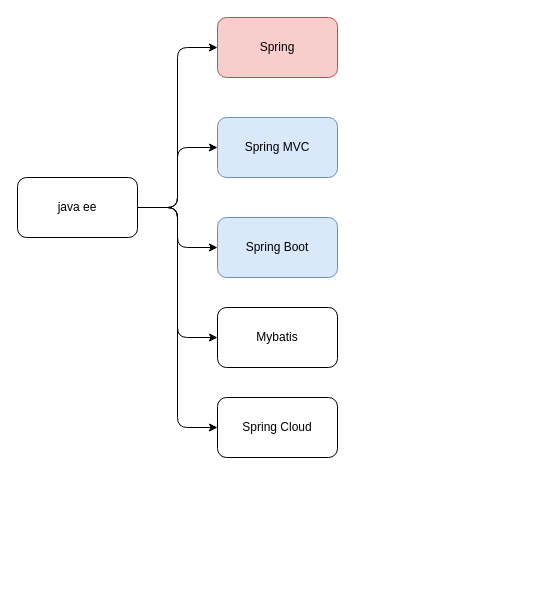
Before: digrams/interview/overview/02.javaee.drawio in Alice52/diagrams, a draw.io diagram. Source tidied: cells renumbered, new cells numbered last; positions are measured from the earlier drawing's top-left corner, leaving out a move shared by most shapes. Both pictures are drawn from the tidied source at 100%, with x=0, y=0 at pixel (17, 17).
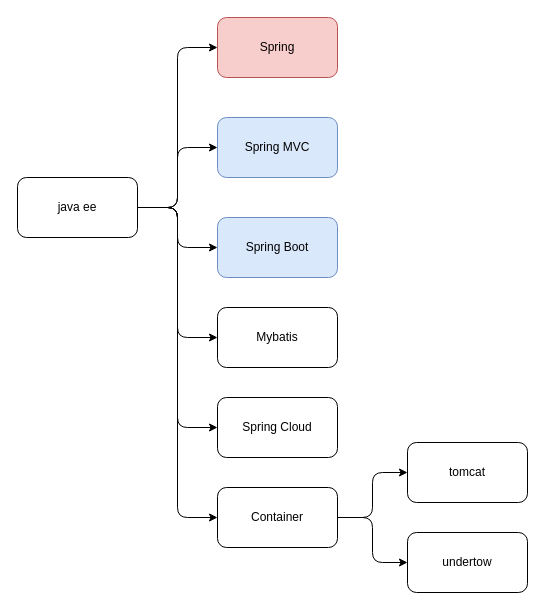
The same page after the edit.

Diff of the diagram source:
```diff
@@
 <mxGraphModel>
   <root>
     <mxCell id="0" />
     <mxCell id="1" parent="0" />
     <mxCell id="2" style="edgeStyle=orthogonalEdgeStyle;rounded=1;jettySize=auto;html=1;entryX=0;entryY=0.5;entryDx=0;entryDy=0;" parent="1" edge="1" source="7" target="8">
       <mxGeometry relative="1" as="geometry" />
     </mxCell>
     <mxCell id="3" style="edgeStyle=orthogonalEdgeStyle;rounded=1;jettySize=auto;html=1;entryX=0;entryY=0.5;entryDx=0;entryDy=0;" parent="1" edge="1" source="7" target="9">
       <mxGeometry relative="1" as="geometry" />
     </mxCell>
     <mxCell id="4" style="edgeStyle=orthogonalEdgeStyle;rounded=1;jettySize=auto;html=1;entryX=0;entryY=0.5;entryDx=0;entryDy=0;" parent="1" edge="1" source="7" target="10">
       <mxGeometry relative="1" as="geometry" />
     </mxCell>
     <mxCell id="5" style="edgeStyle=orthogonalEdgeStyle;rounded=1;jettySize=auto;html=1;entryX=0;entryY=0.5;entryDx=0;entryDy=0;" parent="1" edge="1" source="7" target="11">
       <mxGeometry relative="1" as="geometry" />
     </mxCell>
     <mxCell id="6" style="edgeStyle=orthogonalEdgeStyle;rounded=1;jettySize=auto;html=1;entryX=0;entryY=0.5;entryDx=0;entryDy=0;" parent="1" edge="1" source="7" target="12">
       <mxGeometry relative="1" as="geometry" />
     </mxCell>
+    <mxCell id="13" style="edgeStyle=orthogonalEdgeStyle;rounded=1;jettySize=auto;html=1;entryX=0;entryY=0.5;entryDx=0;entryDy=0;" parent="1" edge="1" source="7" target="16">
+      <mxGeometry relative="1" as="geometry" />
+    </mxCell>
     <mxCell id="7" value="java ee" style="rounded=1;whiteSpace=wrap;html=1;" parent="1" vertex="1">
       <mxGeometry y="160" width="120" height="60" as="geometry" />
     </mxCell>
     <mxCell id="8" value="Spring" style="rounded=1;whiteSpace=wrap;html=1;fillColor=#f8cecc;strokeColor=#b85450;" parent="1" vertex="1">
       <mxGeometry x="200" width="120" height="60" as="geometry" />
     </mxCell>
     <mxCell id="9" value="Spring MVC" style="rounded=1;whiteSpace=wrap;html=1;fillColor=#dae8fc;strokeColor=#6c8ebf;" parent="1" vertex="1">
       <mxGeometry x="200" y="100" width="120" height="60" as="geometry" />
     </mxCell>
     <mxCell id="10" value="Spring Boot" style="rounded=1;whiteSpace=wrap;html=1;fillColor=#dae8fc;strokeColor=#6c8ebf;" parent="1" vertex="1">
       <mxGeometry x="200" y="200" width="120" height="60" as="geometry" />
     </mxCell>
     <mxCell id="11" value="Mybatis" style="rounded=1;whiteSpace=wrap;html=1;" parent="1" vertex="1">
       <mxGeometry x="200" y="290" width="120" height="60" as="geometry" />
     </mxCell>
     <mxCell id="12" value="Spring Cloud" style="rounded=1;whiteSpace=wrap;html=1;" parent="1" vertex="1">
       <mxGeometry x="200" y="380" width="120" height="60" as="geometry" />
     </mxCell>
+    <mxCell id="14" style="edgeStyle=orthogonalEdgeStyle;rounded=1;jettySize=auto;html=1;" parent="1" edge="1" source="16" target="17">
+      <mxGeometry relative="1" as="geometry" />
+    </mxCell>
+    <mxCell id="15" style="edgeStyle=orthogonalEdgeStyle;rounded=1;jettySize=auto;html=1;entryX=0;entryY=0.5;entryDx=0;entryDy=0;" parent="1" edge="1" source="16" target="18">
+      <mxGeometry relative="1" as="geometry" />
+    </mxCell>
+    <mxCell id="16" value="Container" style="rounded=1;whiteSpace=wrap;html=1;" parent="1" vertex="1">
+      <mxGeometry x="200" y="470" width="120" height="60" as="geometry" />
+    </mxCell>
+    <mxCell id="17" value="tomcat" style="rounded=1;whiteSpace=wrap;html=1;" parent="1" vertex="1">
+      <mxGeometry x="390" y="425" width="120" height="60" as="geometry" />
+    </mxCell>
+    <mxCell id="18" value="undertow" style="rounded=1;whiteSpace=wrap;html=1;" parent="1" vertex="1">
+      <mxGeometry x="390" y="515" width="120" height="60" as="geometry" />
+    </mxCell>
   </root>
 </mxGraphModel>
```
